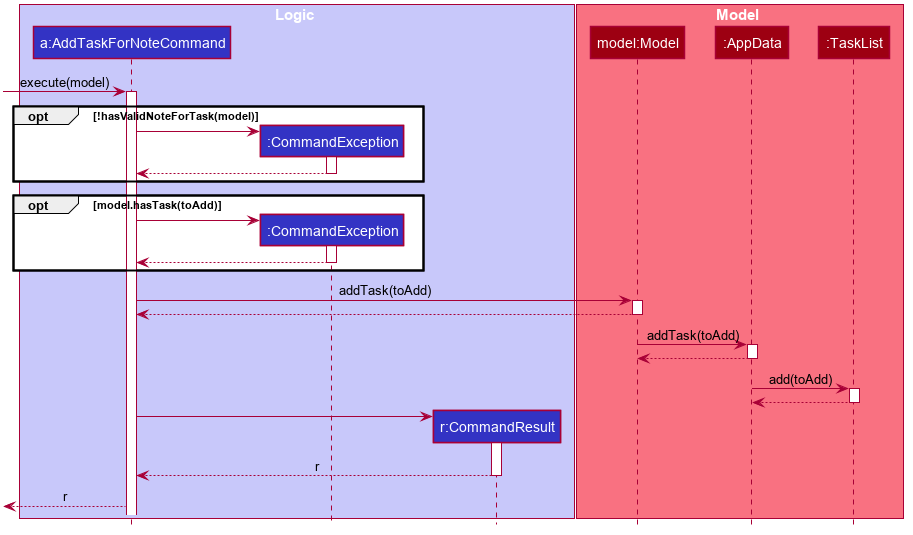
Earlier version of the PlantUML export docs/images/task/AddTaskForNoteCommandExecuteSequenceDiagram.png (nus-cs2103-AY1920S1/addressbook-level3). Source of this version:
```plantuml
@startuml








skinparam BackgroundColor #FFFFFFF

skinparam Shadowing false

skinparam Class {
    FontColor #FFFFFF
    BorderThickness 1
    BorderColor #FFFFFF
    StereotypeFontColor #FFFFFF
    FontName Arial
}

skinparam Actor {
    BorderColor #000000
    Color #000000
    FontName Arial
}

skinparam Sequence {
    MessageAlign center
    BoxFontSize 15
    BoxPadding 0
    BoxFontColor #FFFFFF
    FontName Arial
}

skinparam Participant {
    FontColor #FFFFFFF
    Padding 20
}

skinparam MinClassWidth 50
skinparam ParticipantPadding 10
skinparam Shadowing false
skinparam DefaultTextAlignment center
skinparam packageStyle Rectangle

hide footbox
hide members
hide circle

box Logic #C8C8FA
participant "a:AddTaskForNoteCommand" as AddTaskForNoteCommand #3333C4
participant ":CommandException" as CommandException #3333C4
participant "r:CommandResult" as CommandResult #3333C4
end box

box Model #F97181
participant "model:Model" as Model #9D0012
participant ":AppData" as AppData #9D0012
participant ":TaskList" as TaskList #9D0012
end box

[-> AddTaskForNoteCommand : execute(model)
activate AddTaskForNoteCommand

opt !hasValidNoteForTask(model)
    create CommandException
    AddTaskForNoteCommand -> CommandException
    activate CommandException
    CommandException --> AddTaskForNoteCommand
    deactivate CommandException
end

opt model.hasTask(toAdd)
    create CommandException
    AddTaskForNoteCommand -> CommandException
    activate CommandException
    CommandException ---> AddTaskForNoteCommand
    deactivate CommandException
end

AddTaskForNoteCommand -> Model : addTask(toAdd)
activate Model
Model --> AddTaskForNoteCommand
deactivate Model

Model -> AppData : addTask(toAdd)
activate AppData
AppData --> Model
deactivate AppData

AppData -> TaskList : add(toAdd)
activate TaskList
TaskList --> AppData
deactivate TaskList

create CommandResult
AddTaskForNoteCommand -> CommandResult
activate CommandResult
CommandResult --> AddTaskForNoteCommand : r
deactivate CommandResult

[<-- AddTaskForNoteCommand : r


@enduml
```
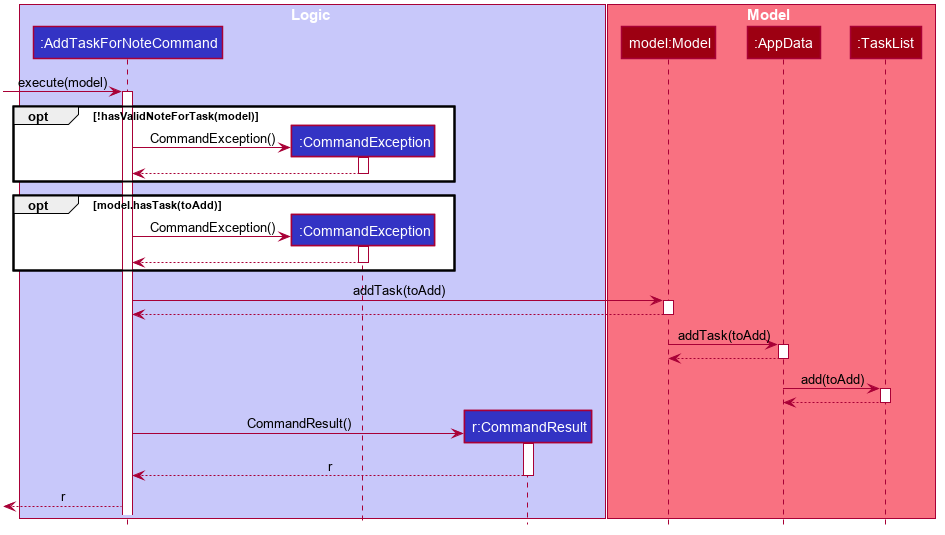
After the commit.

The edit, as a diff of the source:
```diff
@@ -49,7 +49,7 @@
 hide circle
 
 box Logic #C8C8FA
-participant "a:AddTaskForNoteCommand" as AddTaskForNoteCommand #3333C4
+participant ":AddTaskForNoteCommand" as AddTaskForNoteCommand #3333C4
 participant ":CommandException" as CommandException #3333C4
 participant "r:CommandResult" as CommandResult #3333C4
 end box
@@ -65,7 +65,7 @@
 
 opt !hasValidNoteForTask(model)
     create CommandException
-    AddTaskForNoteCommand -> CommandException
+    AddTaskForNoteCommand -> CommandException : CommandException()
     activate CommandException
     CommandException --> AddTaskForNoteCommand
     deactivate CommandException
@@ -73,7 +73,7 @@
 
 opt model.hasTask(toAdd)
     create CommandException
-    AddTaskForNoteCommand -> CommandException
+    AddTaskForNoteCommand -> CommandException : CommandException()
     activate CommandException
     CommandException ---> AddTaskForNoteCommand
     deactivate CommandException
@@ -95,7 +95,7 @@
 deactivate TaskList
 
 create CommandResult
-AddTaskForNoteCommand -> CommandResult
+AddTaskForNoteCommand -> CommandResult : CommandResult()
 activate CommandResult
 CommandResult --> AddTaskForNoteCommand : r
 deactivate CommandResult
```
